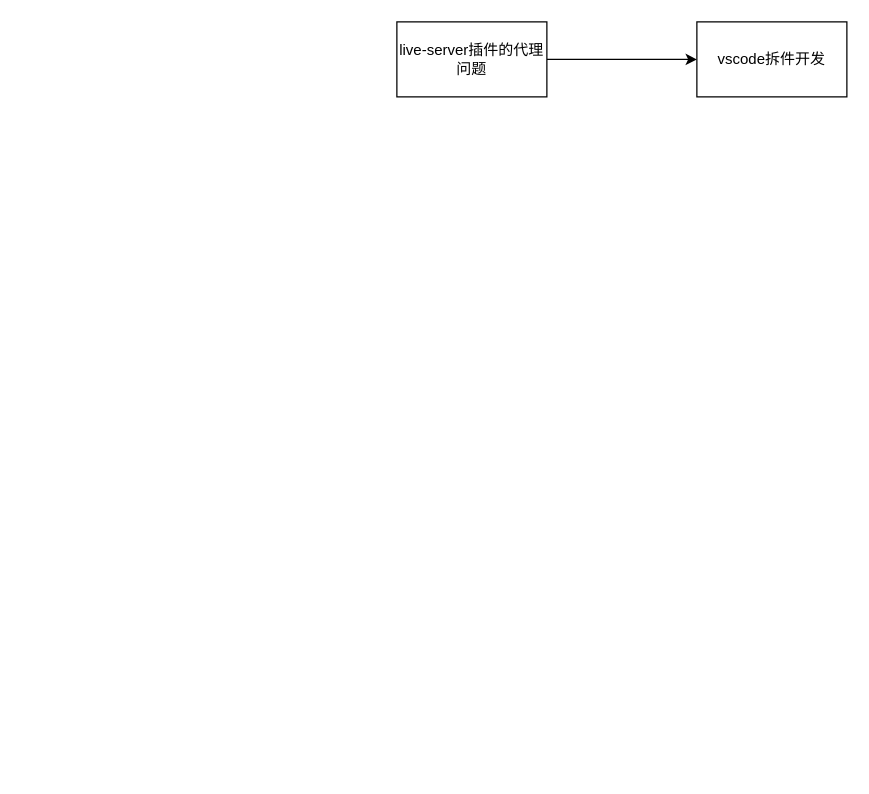
The draw.io diagram 未命名绘图.drawio in yangyangzuo/mytodos, before the edit. Source tidied: cells renumbered, new cells numbered last; positions are measured from the earlier drawing's top-left corner, leaving out a move shared by most shapes. Both pictures are drawn from the tidied source at 125%, with x=0, y=0 at pixel (396, 21).
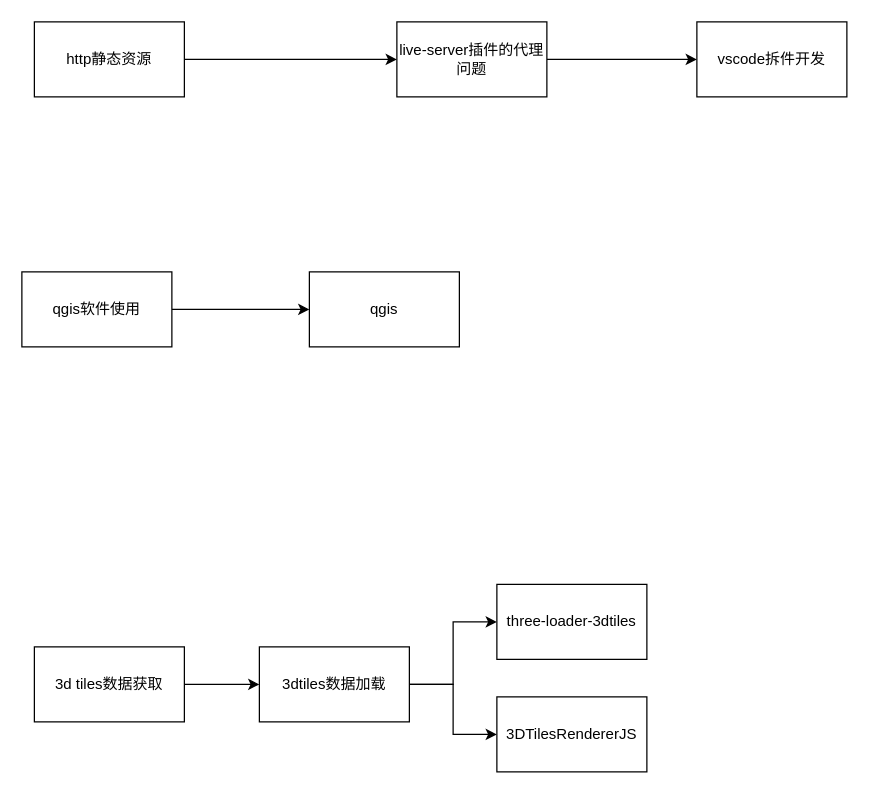
The same diagram, later.

Commit message (it also covers changes not shown here):
更新未命名绘图.drawio

Change to the diagram source:
```diff
@@
 <mxGraphModel>
   <root>
     <mxCell id="0" />
     <mxCell id="1" parent="0" />
     <mxCell id="2" value="vscode拆件开发" style="rounded=0;whiteSpace=wrap;html=1;" parent="1" vertex="1">
       <mxGeometry x="240" width="120" height="60" as="geometry" />
     </mxCell>
     <mxCell id="3" style="edgeStyle=orthogonalEdgeStyle;rounded=0;jettySize=auto;html=1;" parent="1" edge="1" source="4" target="2">
       <mxGeometry relative="1" as="geometry" />
     </mxCell>
     <mxCell id="4" value="live-server插件的代理问题" style="rounded=0;whiteSpace=wrap;html=1;" parent="1" vertex="1">
       <mxGeometry width="120" height="60" as="geometry" />
     </mxCell>
+    <mxCell id="5" style="edgeStyle=orthogonalEdgeStyle;rounded=0;jettySize=auto;html=1;" parent="1" edge="1" source="6" target="9">
+      <mxGeometry relative="1" as="geometry" />
+    </mxCell>
+    <mxCell id="6" value="3d tiles数据获取" style="rounded=0;whiteSpace=wrap;html=1;" parent="1" vertex="1">
+      <mxGeometry x="-290" y="500" width="120" height="60" as="geometry" />
+    </mxCell>
+    <mxCell id="7" style="edgeStyle=orthogonalEdgeStyle;rounded=0;jettySize=auto;html=1;entryX=0;entryY=0.5;entryDx=0;entryDy=0;" parent="1" edge="1" source="9" target="10">
+      <mxGeometry relative="1" as="geometry" />
+    </mxCell>
+    <mxCell id="8" style="edgeStyle=orthogonalEdgeStyle;rounded=0;jettySize=auto;html=1;exitX=1;exitY=0.5;exitDx=0;exitDy=0;entryX=0;entryY=0.5;entryDx=0;entryDy=0;" parent="1" edge="1" source="9" target="14">
+      <mxGeometry relative="1" as="geometry" />
+    </mxCell>
+    <mxCell id="9" value="3dtiles数据加载" style="rounded=0;whiteSpace=wrap;html=1;" parent="1" vertex="1">
+      <mxGeometry x="-110" y="500" width="120" height="60" as="geometry" />
+    </mxCell>
+    <mxCell id="10" value="three-loader-3dtiles" style="rounded=0;whiteSpace=wrap;html=1;" parent="1" vertex="1">
+      <mxGeometry x="80" y="450" width="120" height="60" as="geometry" />
+    </mxCell>
+    <mxCell id="11" style="edgeStyle=orthogonalEdgeStyle;rounded=0;jettySize=auto;html=1;entryX=0;entryY=0.5;entryDx=0;entryDy=0;" parent="1" edge="1" source="12" target="13">
+      <mxGeometry relative="1" as="geometry" />
+    </mxCell>
+    <mxCell id="12" value="qgis软件使用" style="rounded=0;whiteSpace=wrap;html=1;" parent="1" vertex="1">
+      <mxGeometry x="-300" y="200" width="120" height="60" as="geometry" />
+    </mxCell>
+    <mxCell id="13" value="qgis" style="rounded=0;whiteSpace=wrap;html=1;" parent="1" vertex="1">
+      <mxGeometry x="-70" y="200" width="120" height="60" as="geometry" />
+    </mxCell>
+    <mxCell id="14" value="3DTilesRendererJS" style="rounded=0;whiteSpace=wrap;html=1;" parent="1" vertex="1">
+      <mxGeometry x="80" y="540" width="120" height="60" as="geometry" />
+    </mxCell>
+    <mxCell id="15" style="edgeStyle=orthogonalEdgeStyle;rounded=0;jettySize=auto;html=1;" parent="1" edge="1" source="16" target="4">
+      <mxGeometry relative="1" as="geometry" />
+    </mxCell>
+    <mxCell id="16" value="http静态资源" style="rounded=0;whiteSpace=wrap;html=1;" parent="1" vertex="1">
+      <mxGeometry x="-290" width="120" height="60" as="geometry" />
+    </mxCell>
   </root>
 </mxGraphModel>
```
